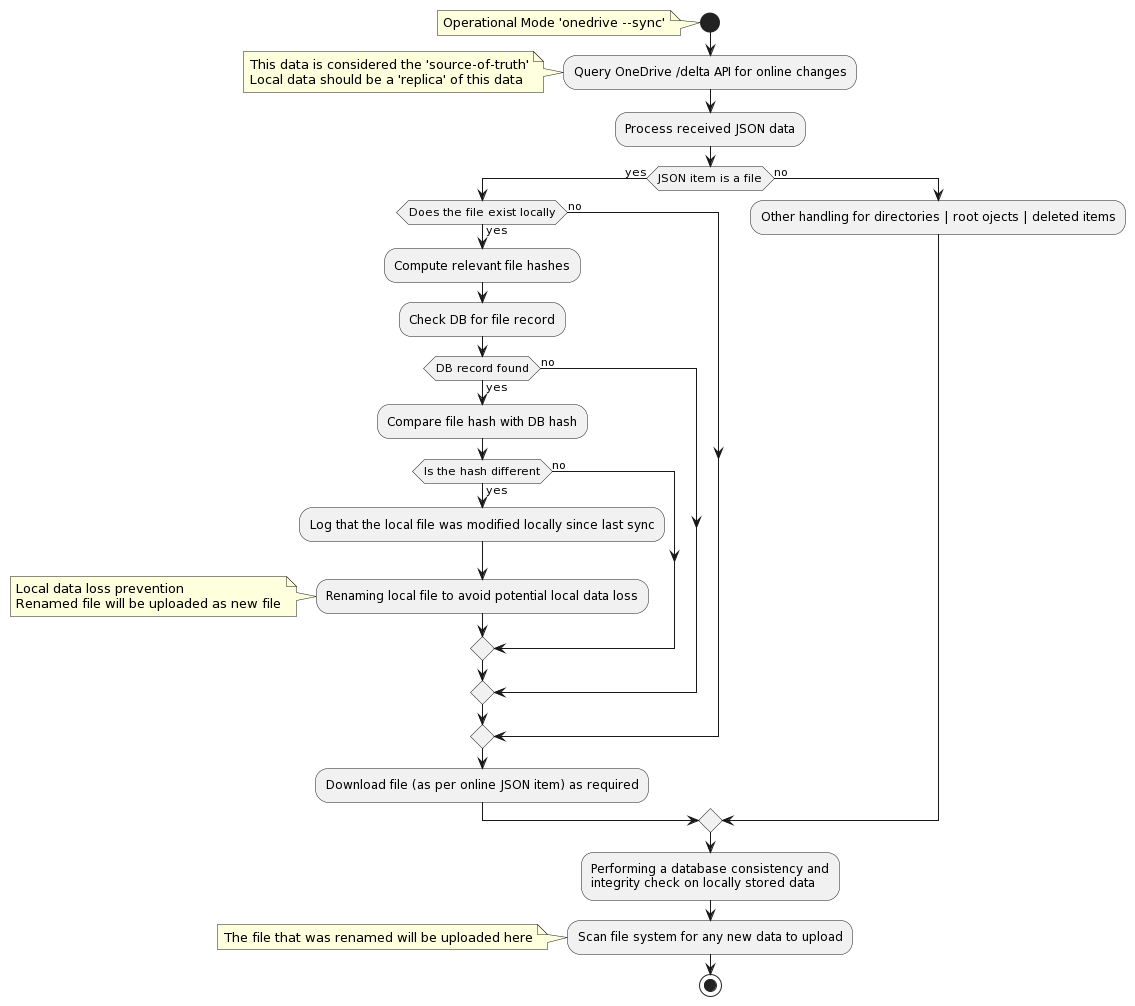
abraunegg/onedrive keeps this PlantUML diagram as docs/puml/conflict_handling_default.png. Above is the earlier version.
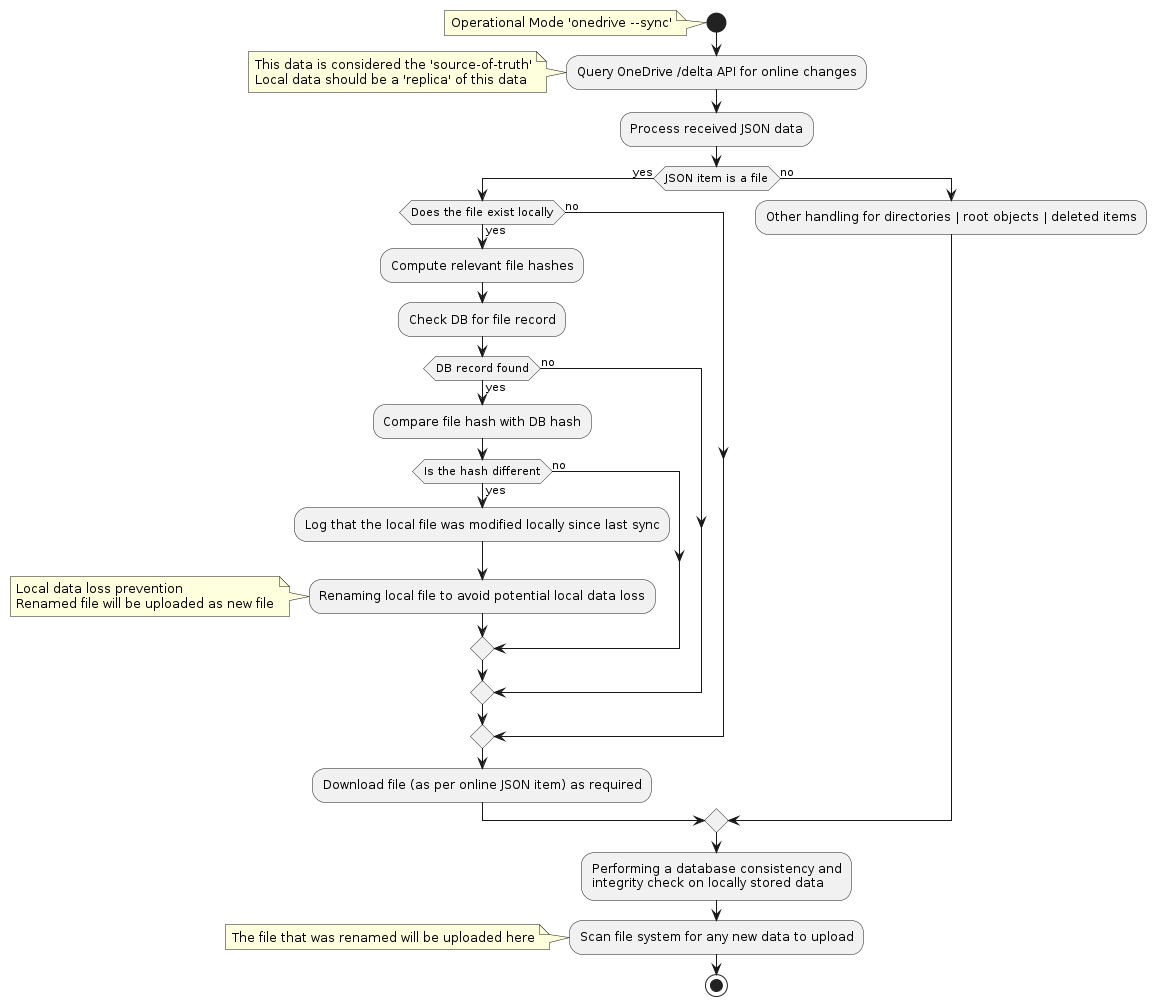
The same diagram one commit later.

Change to the diagram source:
```diff
@@ -17,17 +17,13 @@
       else (no)
       endif
     else (no)
-
     endif
   else (no)
   endif
-
 :Download file (as per online JSON item) as required;
-
 else (no)
-  :Other handling for directories | root ojects | deleted items;
+  :Other handling for directories | root objects | deleted items;
 endif
-
 :Performing a database consistency and\nintegrity check on locally stored data;
 :Scan file system for any new data to upload;
 note left: The file that was renamed will be uploaded here
```
